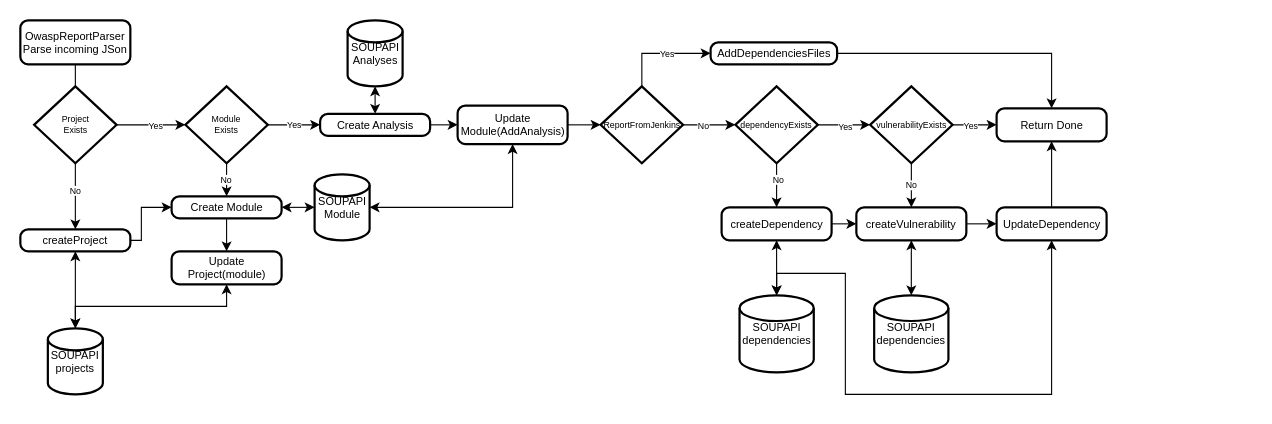
This is page "ReportParseFlow" (8 of 12) of gfx/SOUPAPI.drawio from codefink2020/AfstudeerVerslagFINAL, a draw.io file, before an edit. Source tidied: cells renumbered, new cells numbered last; positions are measured from the earlier drawing's top-left corner, leaving out a move shared by most shapes. Both pictures are drawn from the tidied source at 110%, with x=0, y=0 at pixel (20, 20).
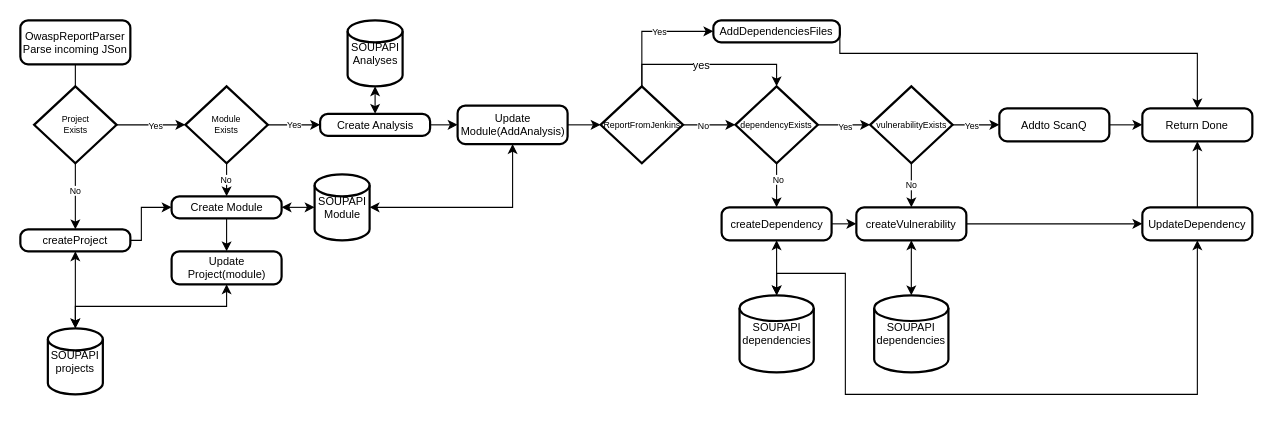
The same page after the edit.

The change refers to these unchanged cells:
```xml
<mxCell id="43" value="dependencyExists" style="strokeWidth=2;html=1;shape=mxgraph.flowchart.decision;whiteSpace=wrap;fontSize=8;" parent="1" vertex="1">
  <mxGeometry x="650" y="60" width="75" height="70" as="geometry" />
</mxCell>
<mxCell id="44" value="SOUPAPI&lt;br&gt;dependencies" style="strokeWidth=2;html=1;shape=mxgraph.flowchart.database;whiteSpace=wrap;labelBackgroundColor=none;fontFamily=Helvetica;fontSize=10;fontColor=#000000;" parent="1" vertex="1">
  <mxGeometry x="653.8" y="250" width="67.5" height="70" as="geometry" />
</mxCell>
<mxCell id="48" value="vulnerabilityExists" style="strokeWidth=2;html=1;shape=mxgraph.flowchart.decision;whiteSpace=wrap;fontSize=8;" parent="1" vertex="1">
  <mxGeometry x="772.5" y="60" width="75" height="70" as="geometry" />
</mxCell>
<mxCell id="55" value="ReportFromJenkins" style="strokeWidth=2;html=1;shape=mxgraph.flowchart.decision;whiteSpace=wrap;fontSize=8;" parent="1" vertex="1">
  <mxGeometry x="527.5" y="60" width="75" height="70" as="geometry" />
</mxCell>
```

Diff of the diagram source:
```diff
@@
     <mxCell id="34" style="edgeStyle=orthogonalEdgeStyle;rounded=0;jettySize=auto;html=1;exitX=1;exitY=0.5;exitDx=0;exitDy=0;entryX=0.5;entryY=0;entryDx=0;entryDy=0;fontSize=8;startArrow=none;startFill=0;endArrow=classic;endFill=1;" parent="1" edge="1" source="52" target="51">
       <mxGeometry relative="1" as="geometry">
         <Array as="points">
-          <mxPoint x="937.5" y="30" />
+          <mxPoint x="1070" y="30" />
         </Array>
       </mxGeometry>
     </mxCell>
@@
-    <mxCell id="45" style="edgeStyle=orthogonalEdgeStyle;rounded=0;jettySize=auto;html=1;exitX=1;exitY=0.5;exitDx=0;exitDy=0;exitPerimeter=0;fontSize=8;startArrow=none;startFill=0;endArrow=classic;endFill=1;entryX=0;entryY=0.5;entryDx=0;entryDy=0;" parent="1" edge="1" source="48" target="51">
+    <mxCell id="45" style="edgeStyle=orthogonalEdgeStyle;rounded=0;jettySize=auto;html=1;exitX=1;exitY=0.5;exitDx=0;exitDy=0;exitPerimeter=0;fontSize=8;startArrow=none;startFill=0;endArrow=classic;endFill=1;entryX=0;entryY=0.5;entryDx=0;entryDy=0;" parent="1" edge="1" source="48" target="64">
       <mxGeometry relative="1" as="geometry" />
     </mxCell>
@@
     <mxCell id="51" value="&lt;font style=&quot;font-size: 10px&quot;&gt;Return Done&lt;br&gt;&lt;/font&gt;" style="rounded=1;whiteSpace=wrap;html=1;absoluteArcSize=1;arcSize=14;strokeWidth=2;labelBackgroundColor=none;fontFamily=Helvetica;fontSize=8;fontColor=#000000;" parent="1" vertex="1">
-      <mxGeometry x="887.5" y="80" width="100" height="30" as="geometry" />
+      <mxGeometry x="1020" y="80" width="100" height="30" as="geometry" />
     </mxCell>
     <mxCell id="52" value="&lt;font style=&quot;font-size: 10px&quot;&gt;AddDependenciesFiles&lt;br&gt;&lt;/font&gt;" style="rounded=1;whiteSpace=wrap;html=1;absoluteArcSize=1;arcSize=14;strokeWidth=2;labelBackgroundColor=none;fontFamily=Helvetica;fontSize=8;fontColor=#000000;" parent="1" vertex="1">
-      <mxGeometry x="627.5" y="20" width="115" height="20" as="geometry" />
+      <mxGeometry x="630" width="115" height="20" as="geometry" />
     </mxCell>
@@
+    <mxCell id="61" style="edgeStyle=orthogonalEdgeStyle;rounded=0;jettySize=auto;html=1;exitX=0.5;exitY=0;exitDx=0;exitDy=0;exitPerimeter=0;entryX=0.5;entryY=0;entryDx=0;entryDy=0;entryPerimeter=0;fontSize=10;startArrow=none;startFill=0;endArrow=classic;endFill=1;" parent="1" edge="1" source="55" target="43">
+      <mxGeometry relative="1" as="geometry" />
+    </mxCell>
+    <mxCell id="62" value="yes" style="edgeLabel;html=1;align=center;verticalAlign=middle;fontSize=10;" parent="61" vertex="1">
+      <mxGeometry x="-0.1" relative="1" as="geometry" />
+    </mxCell>
@@
     <mxCell id="59" style="edgeStyle=orthogonalEdgeStyle;rounded=0;jettySize=auto;html=1;exitX=0.5;exitY=1;exitDx=0;exitDy=0;entryX=0.5;entryY=0;entryDx=0;entryDy=0;entryPerimeter=0;fontSize=8;startArrow=classic;startFill=1;endArrow=classic;endFill=1;" parent="1" edge="1" source="60" target="44">
       <mxGeometry relative="1" as="geometry">
         <Array as="points">
-          <mxPoint x="938" y="340" />
+          <mxPoint x="1070" y="340" />
           <mxPoint x="750" y="340" />
           <mxPoint x="750" y="230" />
           <mxPoint x="688" y="230" />
         </Array>
       </mxGeometry>
     </mxCell>
     <mxCell id="60" value="&lt;font style=&quot;font-size: 10px&quot;&gt;UpdateDependency&lt;br&gt;&lt;/font&gt;" style="rounded=1;whiteSpace=wrap;html=1;absoluteArcSize=1;arcSize=14;strokeWidth=2;labelBackgroundColor=none;fontFamily=Helvetica;fontSize=8;fontColor=#000000;" parent="1" vertex="1">
-      <mxGeometry x="887.5" y="170" width="100" height="30" as="geometry" />
+      <mxGeometry x="1020" y="170" width="100" height="30" as="geometry" />
     </mxCell>
+    <mxCell id="63" style="edgeStyle=orthogonalEdgeStyle;rounded=0;jettySize=auto;html=1;exitX=1;exitY=0.5;exitDx=0;exitDy=0;fontSize=10;startArrow=none;startFill=0;endArrow=classic;endFill=1;entryX=0;entryY=0.5;entryDx=0;entryDy=0;" parent="1" edge="1" source="64" target="51">
+      <mxGeometry relative="1" as="geometry" />
+    </mxCell>
+    <mxCell id="64" value="&lt;font style=&quot;font-size: 10px&quot;&gt;Addto ScanQ&lt;br&gt;&lt;/font&gt;" style="rounded=1;whiteSpace=wrap;html=1;absoluteArcSize=1;arcSize=14;strokeWidth=2;labelBackgroundColor=none;fontFamily=Helvetica;fontSize=8;fontColor=#000000;" parent="1" vertex="1">
+      <mxGeometry x="890" y="80" width="100" height="30" as="geometry" />
+    </mxCell>
```
